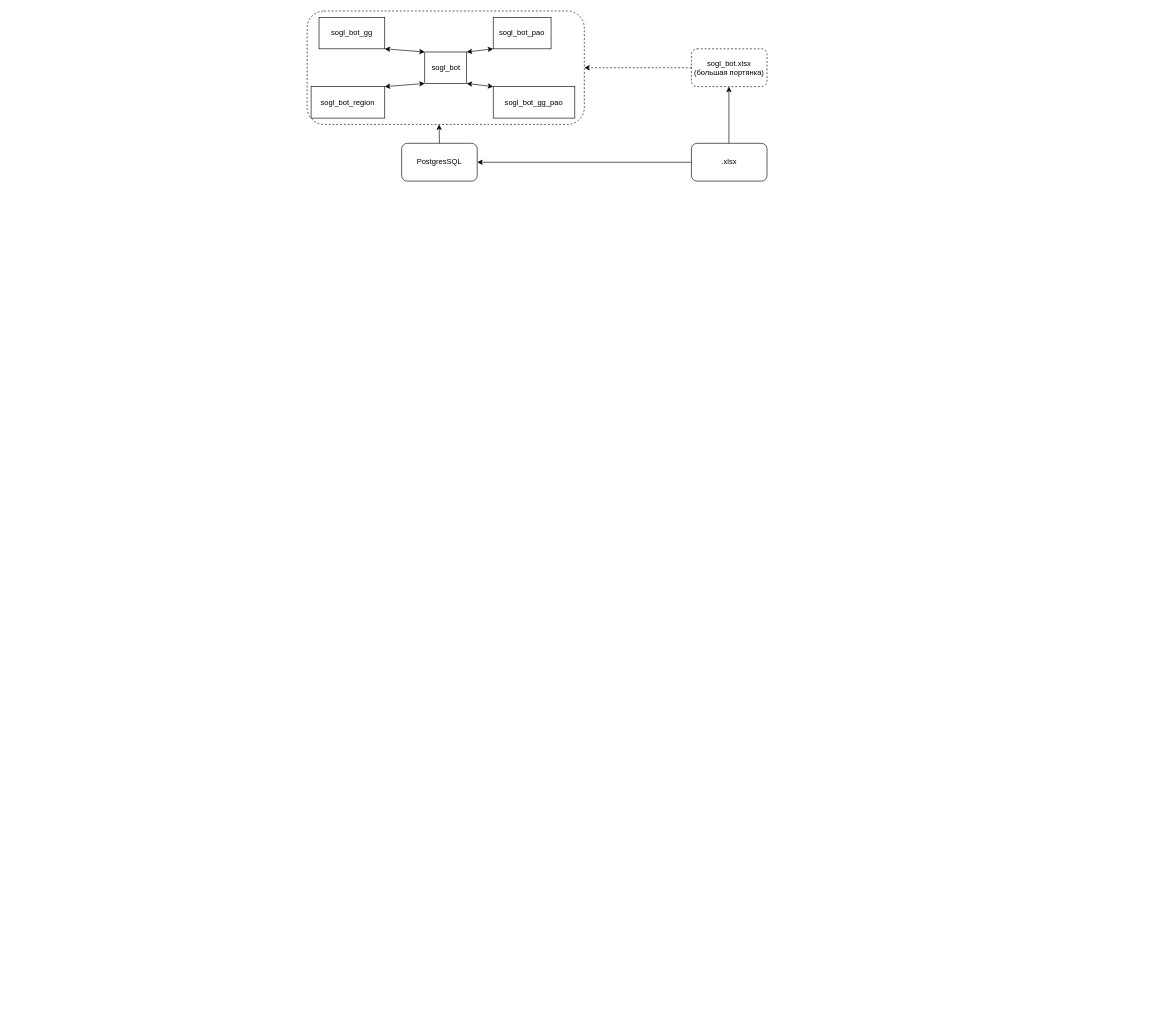
Earlier version of the draw.io diagram Untitled Diagram.drawio (daddy024/sogl_bot). Source tidied: cells renumbered, new cells numbered last; positions are measured from the earlier drawing's top-left corner, leaving out a move shared by most shapes. Both pictures are drawn from the tidied source at 63%, with x=0, y=0 at pixel (307, 11).
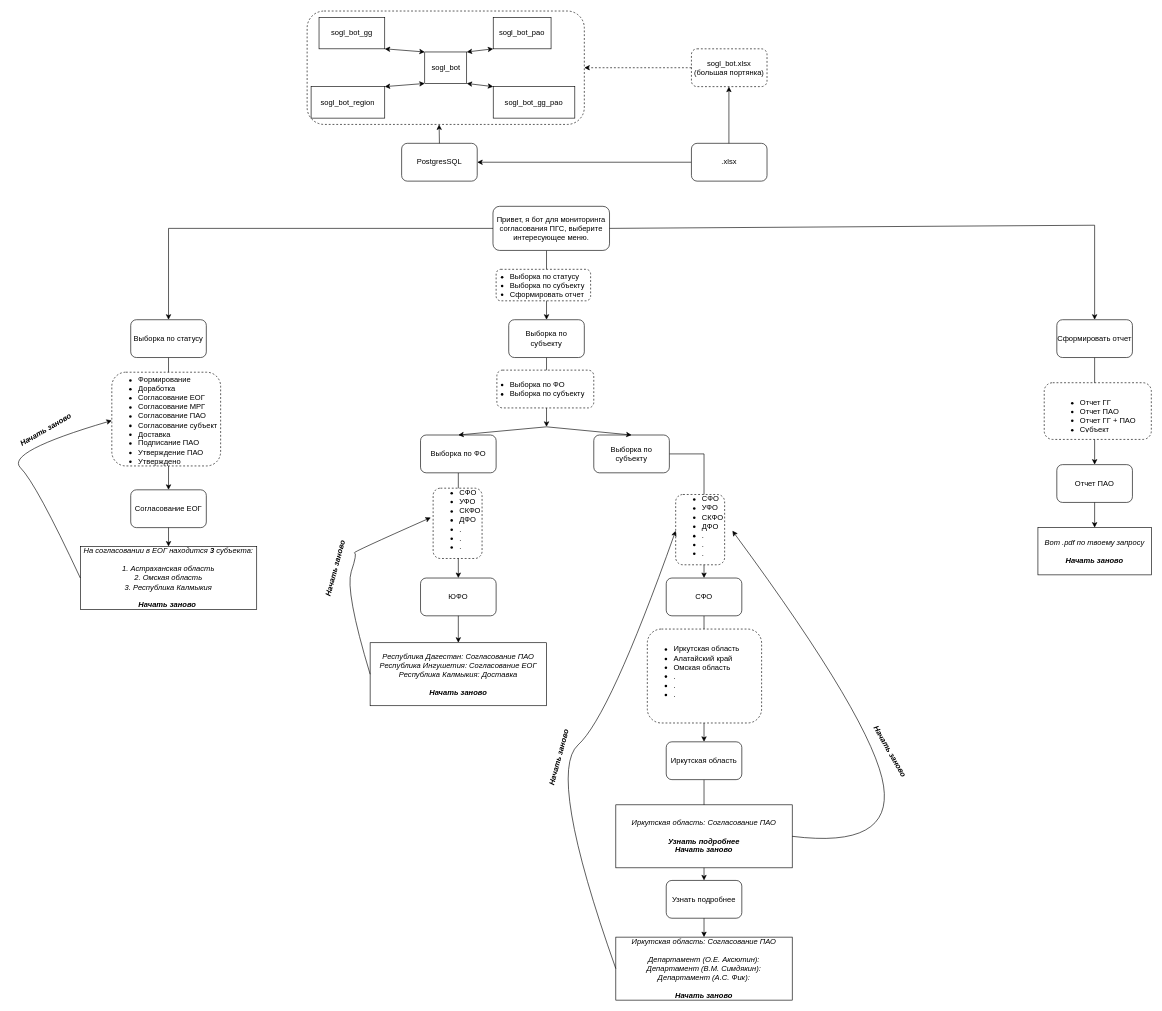
The same page after the edit.

The edit, as a diff of the source:
```diff
@@
+    <mxCell id="20" style="endArrow=classic;html=1;rounded=0;exitX=0.5;exitY=1;exitDx=0;exitDy=0;entryX=0.5;entryY=0;entryDx=0;entryDy=0;" parent="1" edge="1" source="35" target="78">
+      <mxGeometry relative="1" as="geometry" />
+    </mxCell>
+    <mxCell id="21" style="rounded=1;whiteSpace=wrap;html=1;dashed=1;" parent="1" vertex="1">
+      <mxGeometry x="1170" y="590" width="170" height="90" as="geometry" />
+    </mxCell>
+    <mxCell id="22" value="&lt;ul&gt;&lt;li&gt;&lt;font style=&quot;text-align: center;&quot;&gt;Отчет ГГ&lt;/font&gt;&lt;/li&gt;&lt;li&gt;&lt;font style=&quot;text-align: center;&quot;&gt;Отчет ПАО&lt;/font&gt;&lt;/li&gt;&lt;li&gt;&lt;font style=&quot;text-align: center;&quot;&gt;Отчет ГГ + ПАО&lt;/font&gt;&lt;/li&gt;&lt;li&gt;&lt;font style=&quot;text-align: center;&quot;&gt;Субъект&lt;/font&gt;&lt;/li&gt;&lt;/ul&gt;" style="text;strokeColor=none;fillColor=none;html=1;whiteSpace=wrap;verticalAlign=middle;overflow=hidden;" parent="21" vertex="1">
+      <mxGeometry x="14.8" y="10" width="155.2" height="70" as="geometry" />
+    </mxCell>
+    <mxCell id="23" style="endArrow=classic;html=1;rounded=0;exitX=0.5;exitY=1;exitDx=0;exitDy=0;entryX=0.5;entryY=0;entryDx=0;entryDy=0;" parent="1" edge="1" source="49" target="73">
+      <mxGeometry relative="1" as="geometry" />
+    </mxCell>
+    <mxCell id="24" style="endArrow=classic;html=1;rounded=0;exitX=0.5;exitY=1;exitDx=0;exitDy=0;entryX=0.5;entryY=0;entryDx=0;entryDy=0;" parent="1" edge="1" source="61" target="65">
+      <mxGeometry relative="1" as="geometry" />
+    </mxCell>
+    <mxCell id="25" style="endArrow=classic;html=1;rounded=0;entryX=0.5;entryY=0;entryDx=0;entryDy=0;" parent="1" edge="1" target="61">
+      <mxGeometry relative="1" as="geometry">
+        <mxPoint x="630" y="960" as="sourcePoint" />
+      </mxGeometry>
+    </mxCell>
+    <mxCell id="26" style="endArrow=classic;html=1;rounded=0;exitX=1;exitY=0.5;exitDx=0;exitDy=0;entryX=0.5;entryY=1;entryDx=0;entryDy=0;" parent="1" edge="1" source="50" target="55">
+      <mxGeometry relative="1" as="geometry">
+        <Array as="points">
+          <mxPoint x="630" y="703" />
+        </Array>
+      </mxGeometry>
+    </mxCell>
+    <mxCell id="27" style="endArrow=classic;html=1;rounded=0;exitX=0.5;exitY=1;exitDx=0;exitDy=0;" parent="1" edge="1" source="36">
+      <mxGeometry relative="1" as="geometry">
+        <mxPoint x="380" y="660" as="targetPoint" />
+      </mxGeometry>
+    </mxCell>
+    <mxCell id="28" style="endArrow=classic;html=1;rounded=0;entryX=0.5;entryY=0;entryDx=0;entryDy=0;" parent="1" edge="1" target="36">
+      <mxGeometry relative="1" as="geometry">
+        <mxPoint x="380" y="380" as="sourcePoint" />
+      </mxGeometry>
+    </mxCell>
+    <mxCell id="29" style="endArrow=classic;html=1;rounded=0;exitX=0.5;exitY=1;exitDx=0;exitDy=0;" parent="1" edge="1" source="33">
+      <mxGeometry relative="1" as="geometry">
+        <mxPoint x="-220" y="760" as="targetPoint" />
+      </mxGeometry>
+    </mxCell>
+    <mxCell id="30" style="rounded=1;whiteSpace=wrap;html=1;dashed=1;" parent="1" vertex="1">
+      <mxGeometry x="300" y="410" width="150" height="50" as="geometry" />
+    </mxCell>
@@
+    <mxCell id="31" value="Привет, я бот для мониторинга согласования ПГС, выберите интересующее меню." style="rounded=1;whiteSpace=wrap;html=1;" parent="1" vertex="1">
+      <mxGeometry x="295" y="310" width="185" height="70" as="geometry" />
+    </mxCell>
+    <mxCell id="32" style="endArrow=classic;html=1;rounded=0;exitX=0;exitY=0.5;exitDx=0;exitDy=0;entryX=0.5;entryY=0;entryDx=0;entryDy=0;" parent="1" edge="1" source="31" target="33">
+      <mxGeometry relative="1" as="geometry">
+        <Array as="points">
+          <mxPoint x="-220" y="345" />
+        </Array>
+      </mxGeometry>
+    </mxCell>
+    <mxCell id="33" value="&lt;font&gt;Выборка по статусу&lt;/font&gt;" style="rounded=1;whiteSpace=wrap;html=1;" parent="1" vertex="1">
+      <mxGeometry x="-280" y="490" width="120" height="60" as="geometry" />
+    </mxCell>
+    <mxCell id="34" style="endArrow=classic;html=1;rounded=0;exitX=1;exitY=0.5;exitDx=0;exitDy=0;entryX=0.5;entryY=0;entryDx=0;entryDy=0;" parent="1" edge="1" source="31" target="35">
+      <mxGeometry relative="1" as="geometry">
+        <Array as="points">
+          <mxPoint x="1250" y="340" />
+        </Array>
+      </mxGeometry>
+    </mxCell>
+    <mxCell id="35" value="&lt;font&gt;Сформировать отчет&lt;/font&gt;" style="rounded=1;whiteSpace=wrap;html=1;" parent="1" vertex="1">
+      <mxGeometry x="1190" y="490" width="120" height="60" as="geometry" />
+    </mxCell>
+    <mxCell id="36" value="&lt;div&gt;&lt;font&gt;Выборка по субъекту&lt;/font&gt;&lt;/div&gt;" style="rounded=1;whiteSpace=wrap;html=1;" parent="1" vertex="1">
+      <mxGeometry x="320" y="490" width="120" height="60" as="geometry" />
+    </mxCell>
+    <mxCell id="37" style="group;" parent="1" vertex="1">
+      <mxGeometry x="-310" y="550" width="200" height="200" as="geometry" />
+    </mxCell>
+    <mxCell id="38" style="rounded=1;whiteSpace=wrap;html=1;dashed=1;" parent="37" vertex="1">
+      <mxGeometry y="23.3" width="172.7" height="148.8" as="geometry" />
+    </mxCell>
+    <mxCell id="39" value="&lt;ul&gt;&lt;li&gt;Формирование&lt;/li&gt;&lt;li&gt;Доработка&lt;/li&gt;&lt;li&gt;Согласование ЕОГ&lt;/li&gt;&lt;li&gt;Согласование МРГ&lt;/li&gt;&lt;li&gt;Согласование ПАО&lt;/li&gt;&lt;li&gt;Согласование субъект&lt;/li&gt;&lt;li&gt;Доставка&lt;/li&gt;&lt;li&gt;Подписание ПАО&lt;/li&gt;&lt;li&gt;Утверждение ПАО&lt;/li&gt;&lt;li&gt;Утверждено&lt;/li&gt;&lt;/ul&gt;" style="text;strokeColor=none;fillColor=none;html=1;whiteSpace=wrap;verticalAlign=middle;overflow=hidden;" parent="37" vertex="1">
+      <mxGeometry width="200" height="200" as="geometry" />
+    </mxCell>
+    <mxCell id="40" value="&lt;ul&gt;&lt;li&gt;&lt;font style=&quot;text-align: center;&quot;&gt;Выборка по статусу&lt;/font&gt;&lt;/li&gt;&lt;li&gt;&lt;span style=&quot;text-align: center;&quot;&gt;&lt;font&gt;Выборка по субъекту&lt;/font&gt;&lt;/span&gt;&lt;/li&gt;&lt;li&gt;&lt;span style=&quot;text-align: center;&quot;&gt;&lt;font&gt;Сформировать отчет&lt;/font&gt;&lt;/span&gt;&lt;/li&gt;&lt;/ul&gt;" style="text;strokeColor=none;fillColor=none;html=1;whiteSpace=wrap;verticalAlign=middle;overflow=hidden;" parent="1" vertex="1">
+      <mxGeometry x="280" y="400" width="210" height="70" as="geometry" />
+    </mxCell>
+    <mxCell id="41" value="Согласование ЕОГ" style="rounded=1;whiteSpace=wrap;html=1;" parent="1" vertex="1">
+      <mxGeometry x="-280" y="760" width="120" height="60" as="geometry" />
+    </mxCell>
+    <mxCell id="42" value="&lt;font&gt;&lt;i&gt;На согласовании в ЕОГ находится &lt;b&gt;3&lt;/b&gt; субъекта:&lt;/i&gt;&lt;/font&gt;&lt;div&gt;&lt;i&gt;&lt;br&gt;&lt;/i&gt;&lt;div&gt;&lt;font&gt;&lt;i&gt;1. Астраханская область&lt;/i&gt;&lt;/font&gt;&lt;/div&gt;&lt;div&gt;&lt;font&gt;&lt;i&gt;2. Омская область&lt;/i&gt;&lt;/font&gt;&lt;/div&gt;&lt;div&gt;&lt;font&gt;&lt;i&gt;3. Республика Калмыкия&lt;/i&gt;&lt;/font&gt;&lt;/div&gt;&lt;div&gt;&lt;font&gt;&lt;i&gt;&lt;br&gt;&lt;/i&gt;&lt;/font&gt;&lt;/div&gt;&lt;div&gt;&lt;font&gt;&lt;i&gt;&lt;b&gt;Начать заново&lt;/b&gt;&amp;nbsp;&lt;/i&gt;&lt;/font&gt;&lt;/div&gt;&lt;/div&gt;" style="rounded=0;whiteSpace=wrap;html=1;" parent="1" vertex="1">
+      <mxGeometry x="-360" y="850" width="280" height="100" as="geometry" />
+    </mxCell>
+    <mxCell id="43" style="endArrow=classic;html=1;rounded=0;exitX=0.5;exitY=1;exitDx=0;exitDy=0;entryX=0.5;entryY=0;entryDx=0;entryDy=0;" parent="1" edge="1" source="41" target="42">
+      <mxGeometry relative="1" as="geometry" />
+    </mxCell>
+    <mxCell id="44" style="curved=1;endArrow=classic;html=1;rounded=0;exitX=0;exitY=0.5;exitDx=0;exitDy=0;entryX=0;entryY=0.5;entryDx=0;entryDy=0;" parent="1" edge="1" source="42" target="39">
+      <mxGeometry relative="1" as="geometry">
+        <Array as="points">
+          <mxPoint x="-430" y="750" />
+          <mxPoint x="-480" y="700" />
+        </Array>
+      </mxGeometry>
+    </mxCell>
+    <mxCell id="45" value="&lt;i&gt;&lt;b&gt;Начать заново&lt;/b&gt;&lt;/i&gt;" style="text;html=1;align=center;verticalAlign=middle;strokeColor=none;fillColor=none;rotation=-30;" parent="1" vertex="1">
+      <mxGeometry x="-470" y="650" width="110" height="30" as="geometry" />
+    </mxCell>
+    <mxCell id="46" style="group;" parent="1" vertex="1">
+      <mxGeometry x="280" y="570" width="175" height="60" as="geometry" />
+    </mxCell>
+    <mxCell id="47" style="rounded=1;whiteSpace=wrap;html=1;dashed=1;" parent="46" vertex="1">
+      <mxGeometry x="21.2" width="153.8" height="60" as="geometry" />
+    </mxCell>
+    <mxCell id="48" value="&lt;ul&gt;&lt;li&gt;&lt;font style=&quot;text-align: center;&quot;&gt;Выборка по ФО&lt;/font&gt;&lt;/li&gt;&lt;li&gt;&lt;font style=&quot;text-align: center;&quot;&gt;Выборка по субъекту&lt;/font&gt;&lt;/li&gt;&lt;/ul&gt;" style="text;strokeColor=none;fillColor=none;html=1;whiteSpace=wrap;verticalAlign=middle;overflow=hidden;dashed=1;" parent="46" vertex="1">
+      <mxGeometry width="175" height="60" as="geometry" />
+    </mxCell>
+    <mxCell id="49" value="&lt;font&gt;Выборка по ФО&lt;/font&gt;" style="rounded=1;whiteSpace=wrap;html=1;" parent="1" vertex="1">
+      <mxGeometry x="180" y="673" width="120" height="60" as="geometry" />
+    </mxCell>
+    <mxCell id="50" value="&lt;font&gt;Выборка по субъекту&lt;/font&gt;" style="rounded=1;whiteSpace=wrap;html=1;" parent="1" vertex="1">
+      <mxGeometry x="455" y="673" width="120" height="60" as="geometry" />
+    </mxCell>
+    <mxCell id="51" style="endArrow=classic;html=1;rounded=0;entryX=0.5;entryY=0;entryDx=0;entryDy=0;" parent="1" edge="1" target="49">
+      <mxGeometry relative="1" as="geometry">
+        <mxPoint x="380" y="660" as="sourcePoint" />
+      </mxGeometry>
+    </mxCell>
+    <mxCell id="52" style="endArrow=classic;html=1;rounded=0;entryX=0.5;entryY=0;entryDx=0;entryDy=0;" parent="1" edge="1" target="50">
+      <mxGeometry relative="1" as="geometry">
+        <mxPoint x="380" y="660" as="sourcePoint" />
+      </mxGeometry>
+    </mxCell>
+    <mxCell id="53" style="group;" parent="1" vertex="1">
+      <mxGeometry x="585" y="750" width="90" height="150" as="geometry" />
+    </mxCell>
+    <mxCell id="54" style="rounded=1;whiteSpace=wrap;html=1;dashed=1;" parent="53" vertex="1">
+      <mxGeometry y="17.4" width="77.7" height="111.6" as="geometry" />
+    </mxCell>
+    <mxCell id="55" value="&lt;ul&gt;&lt;li&gt;СФО&lt;/li&gt;&lt;li&gt;УФО&lt;/li&gt;&lt;li&gt;СКФО&lt;/li&gt;&lt;li&gt;ДФО&lt;/li&gt;&lt;li&gt;.&lt;/li&gt;&lt;li&gt;.&lt;/li&gt;&lt;li&gt;.&lt;/li&gt;&lt;/ul&gt;&lt;div&gt;&lt;br&gt;&lt;/div&gt;" style="text;strokeColor=none;fillColor=none;html=1;whiteSpace=wrap;verticalAlign=middle;overflow=hidden;" parent="53" vertex="1">
+      <mxGeometry width="90" height="150" as="geometry" />
+    </mxCell>
+    <mxCell id="56" value="&lt;font&gt;СФО&lt;/font&gt;" style="rounded=1;whiteSpace=wrap;html=1;" parent="1" vertex="1">
+      <mxGeometry x="570" y="900" width="120" height="60" as="geometry" />
+    </mxCell>
+    <mxCell id="57" style="group;" parent="1" vertex="1">
+      <mxGeometry x="540" y="960" width="210" height="185.5" as="geometry" />
+    </mxCell>
+    <mxCell id="58" style="group;" parent="57" vertex="1">
+      <mxGeometry y="5.5" width="210" height="180" as="geometry" />
+    </mxCell>
+    <mxCell id="59" style="rounded=1;whiteSpace=wrap;html=1;dashed=1;" parent="58" vertex="1">
+      <mxGeometry y="15.5" width="181.4" height="149.1" as="geometry" />
+    </mxCell>
+    <mxCell id="60" value="&lt;ul&gt;&lt;li&gt;Иркутская область&lt;/li&gt;&lt;li&gt;Алатайский край&lt;/li&gt;&lt;li&gt;Омская область&lt;/li&gt;&lt;li&gt;.&lt;/li&gt;&lt;li&gt;.&lt;/li&gt;&lt;li&gt;.&lt;/li&gt;&lt;/ul&gt;&lt;div&gt;&lt;br&gt;&lt;/div&gt;" style="text;strokeColor=none;fillColor=none;html=1;whiteSpace=wrap;verticalAlign=middle;overflow=hidden;" parent="58" vertex="1">
+      <mxGeometry width="210" height="180" as="geometry" />
+    </mxCell>
+    <mxCell id="61" value="&lt;font&gt;Иркутская область&lt;/font&gt;" style="rounded=1;whiteSpace=wrap;html=1;" parent="1" vertex="1">
+      <mxGeometry x="570" y="1160" width="120" height="60" as="geometry" />
+    </mxCell>
+    <mxCell id="62" value="&lt;i&gt;Иркутская область: &lt;span style=&quot;white-space: pre;&quot;&gt;Согласование ПАО&lt;/span&gt;&lt;/i&gt;&lt;div&gt;&lt;i&gt;&lt;span style=&quot;white-space: pre;&quot;&gt;&lt;br&gt;&lt;/span&gt;&lt;/i&gt;&lt;/div&gt;&lt;div&gt;&lt;span style=&quot;white-space: pre;&quot;&gt;&lt;i&gt;&lt;b&gt;Узнать подробнее&lt;/b&gt;&lt;/i&gt;&lt;/span&gt;&lt;/div&gt;&lt;div&gt;&lt;span style=&quot;white-space: pre;&quot;&gt;&lt;i&gt;&lt;b&gt;Начать заново&lt;/b&gt;&lt;/i&gt;&lt;/span&gt;&lt;/div&gt;" style="rounded=0;whiteSpace=wrap;html=1;" parent="1" vertex="1">
+      <mxGeometry x="490" y="1260" width="280" height="100" as="geometry" />
+    </mxCell>
+    <mxCell id="63" style="curved=1;endArrow=classic;html=1;rounded=0;exitX=1;exitY=0.5;exitDx=0;exitDy=0;entryX=1;entryY=0.5;entryDx=0;entryDy=0;" parent="1" edge="1" source="62" target="55">
+      <mxGeometry relative="1" as="geometry">
+        <Array as="points">
+          <mxPoint x="930" y="1330" />
+          <mxPoint x="900" y="1130" />
+        </Array>
+      </mxGeometry>
+    </mxCell>
+    <mxCell id="64" value="&lt;i&gt;&lt;b&gt;Начать заново&lt;/b&gt;&lt;/i&gt;" style="text;html=1;align=center;verticalAlign=middle;strokeColor=none;fillColor=none;rotation=60;" parent="1" vertex="1">
+      <mxGeometry x="870" y="1160" width="110" height="30" as="geometry" />
+    </mxCell>
+    <mxCell id="65" value="&lt;font&gt;Узнать подробнее&lt;/font&gt;" style="rounded=1;whiteSpace=wrap;html=1;" parent="1" vertex="1">
+      <mxGeometry x="570" y="1380" width="120" height="60" as="geometry" />
+    </mxCell>
+    <mxCell id="66" value="&lt;i&gt;Иркутская область: &lt;span style=&quot;white-space: pre;&quot;&gt;Согласование ПАО&lt;/span&gt;&lt;/i&gt;&lt;div&gt;&lt;span style=&quot;white-space: pre;&quot;&gt;&lt;i&gt;&lt;br&gt;&lt;/i&gt;&lt;/span&gt;&lt;div&gt;&lt;i&gt;&lt;span style=&quot;white-space: pre;&quot;&gt;Департамент (О.Е. Аксютин):&lt;/span&gt;&lt;/i&gt;&lt;/div&gt;&lt;/div&gt;&lt;div&gt;&lt;i&gt;&lt;span style=&quot;white-space: pre;&quot;&gt;Департамент (В.М. Симдякин):&lt;/span&gt;&lt;/i&gt;&lt;i&gt;&lt;span style=&quot;white-space: pre;&quot;&gt;&lt;br&gt;&lt;/span&gt;&lt;/i&gt;&lt;/div&gt;&lt;div&gt;&lt;i&gt;&lt;span style=&quot;white-space: pre;&quot;&gt;Департамент (А.С. Фик):&lt;/span&gt;&lt;/i&gt;&lt;i&gt;&lt;span style=&quot;white-space: pre;&quot;&gt;&lt;br&gt;&lt;/span&gt;&lt;/i&gt;&lt;/div&gt;&lt;div&gt;&lt;i&gt;&lt;span style=&quot;white-space: pre;&quot;&gt;&lt;br&gt;&lt;/span&gt;&lt;/i&gt;&lt;/div&gt;&lt;div&gt;&lt;i&gt;&lt;span style=&quot;white-space: pre;&quot;&gt;&lt;b&gt;Начать заново&lt;/b&gt;&lt;/span&gt;&lt;/i&gt;&lt;/div&gt;" style="rounded=0;whiteSpace=wrap;html=1;" parent="1" vertex="1">
+      <mxGeometry x="490" y="1470" width="280" height="100" as="geometry" />
+    </mxCell>
+    <mxCell id="67" style="curved=1;endArrow=classic;html=1;rounded=0;exitX=0;exitY=0.5;exitDx=0;exitDy=0;entryX=0;entryY=0.5;entryDx=0;entryDy=0;" parent="1" edge="1" source="66" target="55">
+      <mxGeometry relative="1" as="geometry">
+        <Array as="points">
+          <mxPoint x="380" y="1210" />
+          <mxPoint x="480" y="1120" />
+        </Array>
+      </mxGeometry>
+    </mxCell>
+    <mxCell id="68" value="&lt;i&gt;&lt;b&gt;Начать заново&lt;/b&gt;&lt;/i&gt;" style="text;html=1;align=center;verticalAlign=middle;strokeColor=none;fillColor=none;rotation=-75;" parent="1" vertex="1">
+      <mxGeometry x="345" y="1170" width="110" height="30" as="geometry" />
+    </mxCell>
+    <mxCell id="69" style="endArrow=classic;html=1;rounded=0;exitX=0.5;exitY=1;exitDx=0;exitDy=0;entryX=0.5;entryY=0;entryDx=0;entryDy=0;" parent="1" edge="1" source="65" target="66">
+      <mxGeometry relative="1" as="geometry" />
+    </mxCell>
+    <mxCell id="70" style="group;" parent="1" vertex="1">
+      <mxGeometry x="200" y="740" width="90" height="150" as="geometry" />
+    </mxCell>
+    <mxCell id="71" style="rounded=1;whiteSpace=wrap;html=1;dashed=1;" parent="70" vertex="1">
+      <mxGeometry y="17.4" width="77.7" height="111.6" as="geometry" />
+    </mxCell>
+    <mxCell id="72" value="&lt;ul&gt;&lt;li&gt;СФО&lt;/li&gt;&lt;li&gt;УФО&lt;/li&gt;&lt;li&gt;СКФО&lt;/li&gt;&lt;li&gt;ДФО&lt;/li&gt;&lt;li&gt;.&lt;/li&gt;&lt;li&gt;.&lt;/li&gt;&lt;li&gt;.&lt;/li&gt;&lt;/ul&gt;&lt;div&gt;&lt;br&gt;&lt;/div&gt;" style="text;strokeColor=none;fillColor=none;html=1;whiteSpace=wrap;verticalAlign=middle;overflow=hidden;" parent="70" vertex="1">
+      <mxGeometry width="90" height="150" as="geometry" />
+    </mxCell>
+    <mxCell id="73" value="&lt;font&gt;ЮФО&lt;/font&gt;" style="rounded=1;whiteSpace=wrap;html=1;" parent="1" vertex="1">
+      <mxGeometry x="180" y="900" width="120" height="60" as="geometry" />
+    </mxCell>
+    <mxCell id="74" value="&lt;i&gt;Республика Дагестан: &lt;span style=&quot;white-space: pre;&quot;&gt;Согласование ПАО&lt;/span&gt;&lt;/i&gt;&lt;div&gt;&lt;i&gt;Республика Ингушетия:&amp;nbsp;&lt;span style=&quot;white-space: pre;&quot;&gt;Согласование ЕОГ&lt;/span&gt;&lt;/i&gt;&lt;/div&gt;&lt;div&gt;&lt;i&gt;Республика Калмыкия:&amp;nbsp;&lt;span style=&quot;white-space: pre;&quot;&gt;Доставка&lt;/span&gt;&lt;/i&gt;&lt;span style=&quot;white-space: pre;&quot;&gt;&lt;i&gt;&lt;br&gt;&lt;/i&gt;&lt;/span&gt;&lt;div&gt;&lt;br&gt;&lt;/div&gt;&lt;div&gt;&lt;span style=&quot;white-space: pre;&quot;&gt;&lt;i&gt;&lt;b&gt;Начать заново&lt;/b&gt;&lt;/i&gt;&lt;/span&gt;&lt;/div&gt;&lt;/div&gt;" style="rounded=0;whiteSpace=wrap;html=1;" parent="1" vertex="1">
+      <mxGeometry x="100" y="1002.7" width="280" height="100" as="geometry" />
+    </mxCell>
+    <mxCell id="75" style="endArrow=classic;html=1;rounded=0;exitX=0.5;exitY=1;exitDx=0;exitDy=0;entryX=0.5;entryY=0;entryDx=0;entryDy=0;" parent="1" edge="1" source="73" target="74">
+      <mxGeometry relative="1" as="geometry" />
+    </mxCell>
+    <mxCell id="76" style="curved=1;endArrow=classic;html=1;rounded=0;exitX=0;exitY=0.5;exitDx=0;exitDy=0;entryX=-0.041;entryY=0.427;entryDx=0;entryDy=0;entryPerimeter=0;" parent="1" edge="1" source="74" target="72">
+      <mxGeometry relative="1" as="geometry">
+        <Array as="points">
+          <mxPoint x="60" y="920" />
+          <mxPoint x="80" y="860" />
+          <mxPoint x="70" y="860" />
+        </Array>
+      </mxGeometry>
+    </mxCell>
+    <mxCell id="77" value="&lt;i&gt;&lt;b&gt;Начать заново&lt;/b&gt;&lt;/i&gt;" style="text;html=1;align=center;verticalAlign=middle;strokeColor=none;fillColor=none;rotation=-75;" parent="1" vertex="1">
+      <mxGeometry x="-10" y="870" width="110" height="30" as="geometry" />
+    </mxCell>
+    <mxCell id="78" value="&lt;font&gt;Отчет ПАО&lt;/font&gt;" style="rounded=1;whiteSpace=wrap;html=1;" parent="1" vertex="1">
+      <mxGeometry x="1190" y="720" width="120" height="60" as="geometry" />
+    </mxCell>
+    <mxCell id="79" value="&lt;div&gt;&lt;span style=&quot;white-space: pre;&quot;&gt;&lt;i&gt;Вот .pdf по твоему запросу&lt;br&gt;&lt;/i&gt;&lt;/span&gt;&lt;div&gt;&lt;br&gt;&lt;/div&gt;&lt;div&gt;&lt;span style=&quot;white-space: pre;&quot;&gt;&lt;i&gt;&lt;b&gt;Начать заново&lt;/b&gt;&lt;/i&gt;&lt;/span&gt;&lt;/div&gt;&lt;/div&gt;" style="rounded=0;whiteSpace=wrap;html=1;" parent="1" vertex="1">
+      <mxGeometry x="1160" y="820" width="180" height="75" as="geometry" />
+    </mxCell>
+    <mxCell id="80" style="endArrow=classic;html=1;rounded=0;exitX=0.5;exitY=1;exitDx=0;exitDy=0;entryX=0.5;entryY=0;entryDx=0;entryDy=0;" parent="1" edge="1" source="78" target="79">
+      <mxGeometry relative="1" as="geometry" />
+    </mxCell>
```
